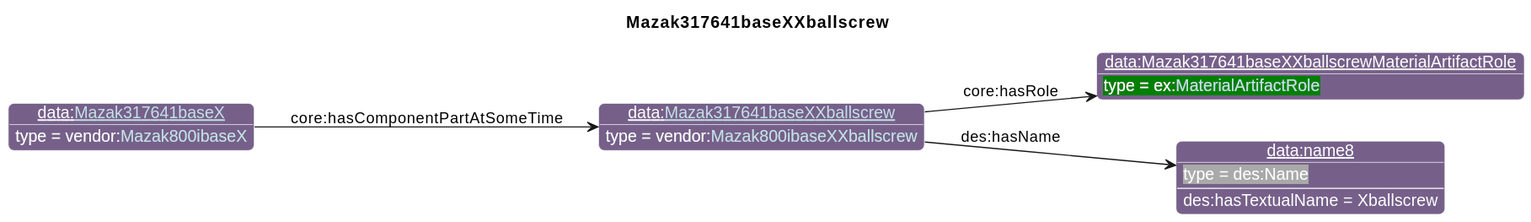
iofoundry/example-syseng-mtconnect keeps this PlantUML diagram as diagrams/Mazak317641baseXXballscrew.svg. Above is the earlier version.
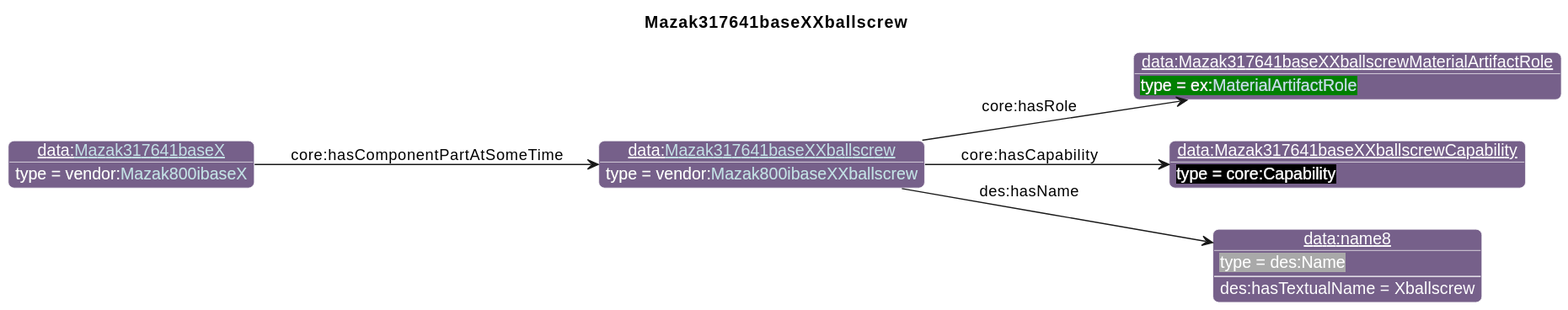
After the commit.

The edit, as a diff of the source:
```diff
@@ -27,10 +27,12 @@
       }
 individual(o0, data:[[./Mazak317641baseXXballscrew.html Mazak317641baseXXballscrew]], vendor:[[../Mazak.html#Mazak800ibaseXXballscrew Mazak800ibaseXXballscrew]])
 individual(o1, data:Mazak317641baseXXballscrewMaterialArtifactRole, ex:[[../Example.html#MaterialArtifactRole MaterialArtifactRole]])
-individual(o2, data:name8, des:Name)
-individual(o3, data:[[./Mazak317641baseX.html Mazak317641baseX]], vendor:[[../Mazak.html#Mazak800ibaseX Mazak800ibaseX]])
+individual(o2, data:Mazak317641baseXXballscrewCapability, core:Capability)
+individual(o3, data:name8, des:Name)
+individual(o4, data:[[./Mazak317641baseX.html Mazak317641baseX]], vendor:[[../Mazak.html#Mazak800ibaseX Mazak800ibaseX]])
 property(o0, "core:hasRole", o1)
-property(o0, "des:hasName", o2)
-data(o2, "des:hasTextualName", "Xballscrew")
-property(o3, "core:hasComponentPartAtSomeTime", o0)
+property(o0, "core:hasCapability", o2)
+property(o0, "des:hasName", o3)
+data(o3, "des:hasTextualName", "Xballscrew")
+property(o4, "core:hasComponentPartAtSomeTime", o0)
 @enduml
```
